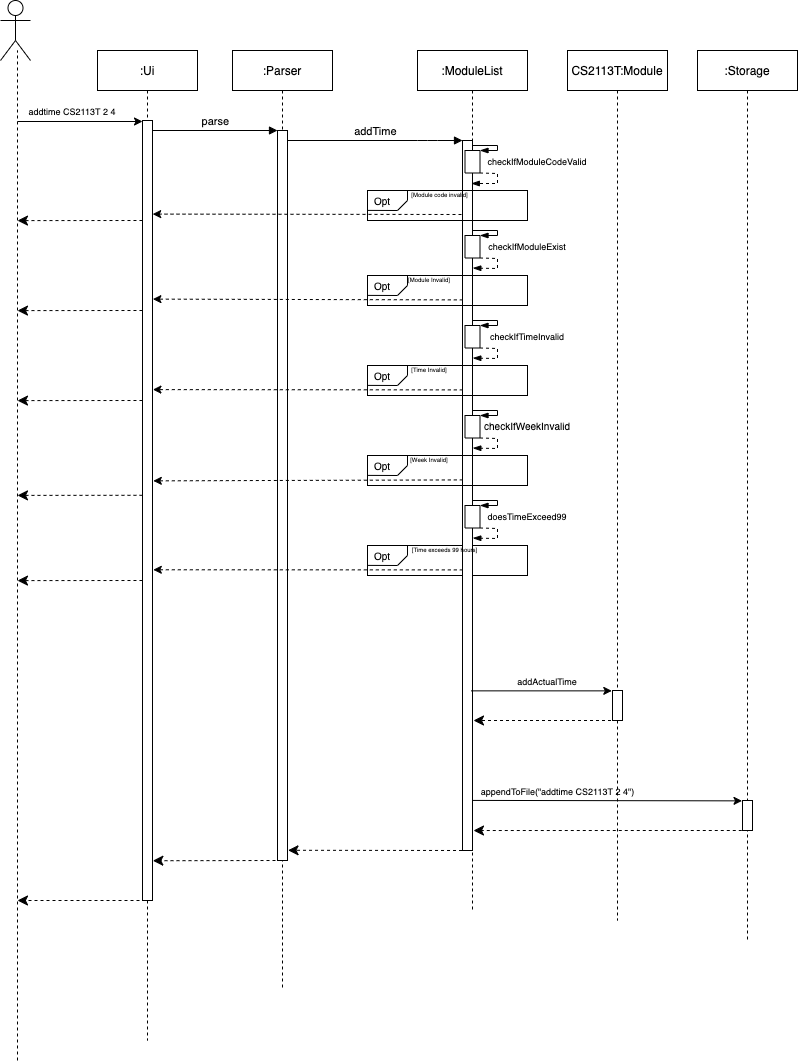
Above: docs/diagrams/AddTimeSeqDiagram.png in nus-cs2113-AY2021S1/tp (draw.io), before the change. Source tidied: cells renumbered, new cells last; positions are measured from the earlier drawing's top-left corner, leaving out a move shared by most shapes.
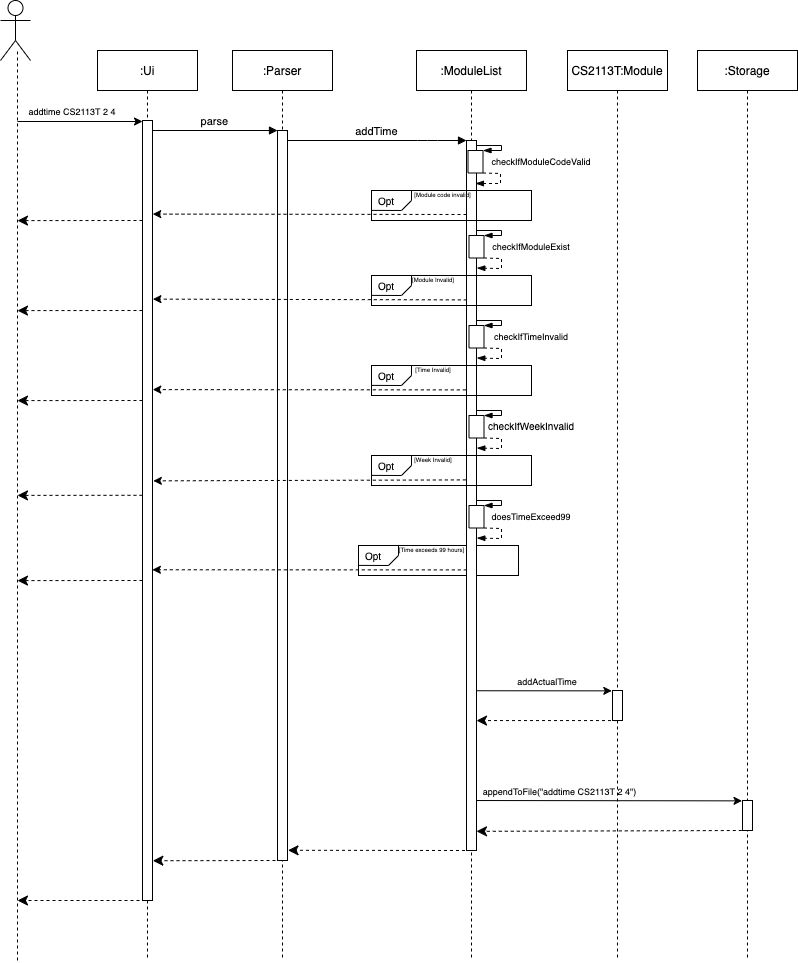
Later version of the same file.

Commit message:
changes to uml diagram

The edit, as a diff of the source:
```diff
@@ -3,24 +3,24 @@
     <mxCell id="0" />
     <mxCell id="1" parent="0" />
     <mxCell id="2" style="rounded=0;whiteSpace=wrap;html=1;strokeWidth=1;" parent="1" vertex="1">
-      <mxGeometry x="367" y="545" width="160" height="30" as="geometry" />
+      <mxGeometry x="354" y="545" width="160" height="30" as="geometry" />
     </mxCell>
     <mxCell id="3" value=":Ui" style="shape=umlLifeline;perimeter=lifelinePerimeter;rounded=0;shadow=0;strokeWidth=1;" parent="1" vertex="1">
-      <mxGeometry x="97" y="50" width="100" height="990" as="geometry" />
+      <mxGeometry x="93" y="50" width="100" height="910" as="geometry" />
     </mxCell>
     <mxCell id="4" style="points=[];perimeter=orthogonalPerimeter;rounded=0;shadow=0;strokeWidth=1;" parent="3" vertex="1">
       <mxGeometry x="45" y="70" width="10" height="780" as="geometry" />
     </mxCell>
     <mxCell id="5" value=":Parser" style="shape=umlLifeline;perimeter=lifelinePerimeter;rounded=0;shadow=0;strokeWidth=1;" parent="1" vertex="1">
-      <mxGeometry x="232" y="50" width="100" height="940" as="geometry" />
+      <mxGeometry x="228" y="50" width="100" height="910" as="geometry" />
     </mxCell>
     <mxCell id="6" style="points=[];perimeter=orthogonalPerimeter;rounded=0;shadow=0;strokeWidth=1;" parent="5" vertex="1">
       <mxGeometry x="45" y="80" width="10" height="730" as="geometry" />
     </mxCell>
     <mxCell id="7" style="verticalAlign=bottom;endArrow=classic;dashed=1;endSize=8;shadow=0;strokeWidth=1;endFill=1;" parent="1" edge="1">
       <mxGeometry relative="1" as="geometry">
-        <mxPoint x="145" y="900" as="sourcePoint" />
-        <mxPoint x="17" y="900" as="targetPoint" />
+        <mxPoint x="141" y="900" as="sourcePoint" />
+        <mxPoint x="13" y="900" as="targetPoint" />
       </mxGeometry>
     </mxCell>
     <mxCell id="8" value="parse" style="verticalAlign=bottom;endArrow=block;entryX=0;entryY=0;shadow=0;strokeWidth=1;" parent="1" edge="1" source="4" target="6">
@@ -28,37 +28,38 @@
     </mxCell>
     <mxCell id="9" style="endArrow=none;dashed=1;html=1;" parent="1" edge="1">
       <mxGeometry relative="1" as="geometry">
-        <mxPoint x="17" y="1060" as="sourcePoint" />
-        <mxPoint x="17" y="50" as="targetPoint" />
+        <mxPoint x="13" y="960" as="sourcePoint" />
+        <mxPoint x="13" y="50" as="targetPoint" />
       </mxGeometry>
     </mxCell>
     <mxCell id="10" style="endArrow=classic;html=1;" parent="1" edge="1" target="4">
       <mxGeometry relative="1" as="geometry">
-        <mxPoint x="17" y="121" as="sourcePoint" />
+        <mxPoint x="13" y="121" as="sourcePoint" />
       </mxGeometry>
     </mxCell>
-    <mxCell id="11" value=":ModuleList" style="shape=umlLifeline;perimeter=lifelinePerimeter;rounded=0;shadow=0;strokeWidth=1;" parent="1" vertex="1">
-      <mxGeometry x="417" y="50" width="110" height="860" as="geometry" />
+    <mxCell id="11" value=":ModuleList" style="shape=umlLifeline;perimeter=lifelinePerimeter;rounded=0;shadow=0;strokeWidth=1;size=40;" parent="1" vertex="1">
+      <mxGeometry x="412" y="50" width="110" height="910" as="geometry" />
     </mxCell>
     <mxCell id="12" style="points=[];perimeter=orthogonalPerimeter;rounded=0;shadow=0;strokeWidth=1;" parent="11" vertex="1">
-      <mxGeometry x="45" y="90" width="10" height="710" as="geometry" />
+      <mxGeometry x="50" y="90" width="10" height="710" as="geometry" />
     </mxCell>
     <mxCell id="13" style="rounded=0;whiteSpace=wrap;html=1;rotation=-90;" parent="11" vertex="1">
-      <mxGeometry x="43.8" y="103.8" width="22.5" height="15" as="geometry" />
+      <mxGeometry x="47.8" y="103.8" width="22.5" height="15" as="geometry" />
     </mxCell>
-    <mxCell id="14" style="endArrow=blockThin;html=1;exitX=0;exitY=1;exitDx=0;exitDy=0;endFill=1;rounded=0;dashed=1;" parent="11" edge="1" source="13" target="11">
+    <mxCell id="14" style="endArrow=blockThin;html=1;exitX=0;exitY=1;exitDx=0;exitDy=0;endFill=1;rounded=0;dashed=1;" parent="11" edge="1" source="13">
       <mxGeometry relative="1" as="geometry">
+        <mxPoint x="58.9" y="133" as="targetPoint" />
         <Array as="points">
-          <mxPoint x="80" y="123" />
-          <mxPoint x="80" y="133" />
+          <mxPoint x="84" y="123" />
+          <mxPoint x="84" y="133" />
         </Array>
       </mxGeometry>
     </mxCell>
     <mxCell id="15" value="&lt;span style=&quot;font-size: 6px&quot;&gt;[Module code invalid]&lt;/span&gt;" style="text;html=1;strokeColor=none;fillColor=none;align=center;verticalAlign=middle;whiteSpace=wrap;rounded=0;" parent="11" vertex="1">
-      <mxGeometry x="-10" y="137" width="65" height="10" as="geometry" />
+      <mxGeometry x="-6" y="137" width="65" height="10" as="geometry" />
     </mxCell>
     <mxCell id="16" value=":Storage" style="shape=umlLifeline;perimeter=lifelinePerimeter;rounded=0;shadow=0;strokeWidth=1;" parent="1" vertex="1">
-      <mxGeometry x="697" y="50" width="100" height="890" as="geometry" />
+      <mxGeometry x="693" y="50" width="100" height="910" as="geometry" />
     </mxCell>
     <mxCell id="17" style="points=[];perimeter=orthogonalPerimeter;rounded=0;shadow=0;strokeWidth=1;" parent="16" vertex="1">
       <mxGeometry x="45" y="750" width="10" height="30" as="geometry" />
@@ -66,7 +67,7 @@
     <mxCell id="18" value="addTime" style="verticalAlign=bottom;endArrow=block;shadow=0;strokeWidth=1;" parent="1" edge="1" source="6" target="12">
       <mxGeometry relative="1" as="geometry">
         <Array as="points">
-          <mxPoint x="427" y="140" />
+          <mxPoint x="423" y="140" />
         </Array>
       </mxGeometry>
     </mxCell>
@@ -90,9 +91,9 @@
     <mxCell id="21" value="&lt;font style=&quot;font-size: 10px&quot;&gt;Opt&lt;/font&gt;" style="text;html=1;strokeColor=none;fillColor=none;align=center;verticalAlign=middle;whiteSpace=wrap;rounded=0;" parent="1" vertex="1">
       <mxGeometry x="362" y="190" width="40" height="20" as="geometry" />
     </mxCell>
-    <mxCell id="22" style="endArrow=classic;html=1;dashed=1;entryX=1.019;entryY=0.12;entryDx=0;entryDy=0;entryPerimeter=0;" parent="1" edge="1" target="4">
+    <mxCell id="22" style="endArrow=classic;html=1;dashed=1;entryX=1.026;entryY=0.12;entryDx=0;entryDy=0;entryPerimeter=0;" parent="1" edge="1" target="4">
       <mxGeometry relative="1" as="geometry">
-        <mxPoint x="461" y="214" as="sourcePoint" />
+        <mxPoint x="462" y="214" as="sourcePoint" />
       </mxGeometry>
     </mxCell>
     <mxCell id="23" value="&lt;font&gt;&lt;font style=&quot;font-size: 9px&quot;&gt;checkIfModuleCodeValid&lt;/font&gt;&lt;br&gt;&lt;/font&gt;" style="text;html=1;strokeColor=none;fillColor=none;align=center;verticalAlign=middle;whiteSpace=wrap;rounded=0;" parent="1" vertex="1">
@@ -176,9 +177,9 @@
     <mxCell id="37" value="&lt;font style=&quot;font-size: 10px&quot;&gt;Opt&lt;/font&gt;" style="text;html=1;strokeColor=none;fillColor=none;align=center;verticalAlign=middle;whiteSpace=wrap;rounded=0;" parent="1" vertex="1">
       <mxGeometry x="362" y="365" width="40" height="20" as="geometry" />
     </mxCell>
-    <mxCell id="38" style="endArrow=classic;html=1;exitX=0.033;exitY=0.496;exitDx=0;exitDy=0;exitPerimeter=0;dashed=1;entryX=1.04;entryY=0.345;entryDx=0;entryDy=0;entryPerimeter=0;" parent="1" edge="1" target="4">
+    <mxCell id="38" style="endArrow=classic;html=1;exitX=0.033;exitY=0.496;exitDx=0;exitDy=0;exitPerimeter=0;dashed=1;entryX=1.026;entryY=0.345;entryDx=0;entryDy=0;entryPerimeter=0;" parent="1" edge="1" target="4">
       <mxGeometry relative="1" as="geometry">
-        <mxPoint x="462.3" y="389.4" as="sourcePoint" />
+        <mxPoint x="461.3" y="389.4" as="sourcePoint" />
       </mxGeometry>
     </mxCell>
     <mxCell id="39" value="&lt;font style=&quot;font-size: 9px&quot;&gt;checkIfTimeInvalid&lt;/font&gt;" style="text;html=1;strokeColor=none;fillColor=none;align=center;verticalAlign=middle;whiteSpace=wrap;rounded=0;" parent="1" vertex="1">
@@ -219,9 +220,9 @@
     <mxCell id="45" value="&lt;font style=&quot;font-size: 10px&quot;&gt;Opt&lt;/font&gt;" style="text;html=1;strokeColor=none;fillColor=none;align=center;verticalAlign=middle;whiteSpace=wrap;rounded=0;" parent="1" vertex="1">
       <mxGeometry x="362" y="455" width="40" height="20" as="geometry" />
     </mxCell>
-    <mxCell id="46" style="endArrow=classic;html=1;exitX=0.033;exitY=0.496;exitDx=0;exitDy=0;exitPerimeter=0;dashed=1;entryX=1.08;entryY=0.462;entryDx=0;entryDy=0;entryPerimeter=0;" parent="1" edge="1" target="4">
+    <mxCell id="46" style="endArrow=classic;html=1;exitX=0.033;exitY=0.496;exitDx=0;exitDy=0;exitPerimeter=0;dashed=1;entryX=1.084;entryY=0.462;entryDx=0;entryDy=0;entryPerimeter=0;" parent="1" edge="1" target="4">
       <mxGeometry relative="1" as="geometry">
-        <mxPoint x="462.3" y="479.4" as="sourcePoint" />
+        <mxPoint x="461.3" y="479.4" as="sourcePoint" />
       </mxGeometry>
     </mxCell>
     <mxCell id="47" value="&lt;font size=&quot;1&quot;&gt;checkIfWeekInvalid&lt;/font&gt;" style="text;html=1;strokeColor=none;fillColor=none;align=center;verticalAlign=middle;whiteSpace=wrap;rounded=0;" parent="1" vertex="1">
@@ -239,8 +240,8 @@
         </Array>
       </mxGeometry>
     </mxCell>
-    <mxCell id="50" value="&lt;font style=&quot;font-size: 6px&quot;&gt;[Time exceeds 99 hours]&lt;/font&gt;" style="text;html=1;strokeColor=none;fillColor=none;align=center;verticalAlign=middle;whiteSpace=wrap;rounded=0;" parent="1" vertex="1">
-      <mxGeometry x="402" y="542" width="85" height="10" as="geometry" />
+    <mxCell id="50" value="&lt;span style=&quot;font-size: 6px&quot;&gt;[Time exceeds 99 hours]&lt;/span&gt;" style="text;html=1;strokeColor=none;fillColor=none;align=center;verticalAlign=middle;whiteSpace=wrap;rounded=0;" parent="1" vertex="1">
+      <mxGeometry x="385" y="542" width="85" height="10" as="geometry" />
     </mxCell>
     <mxCell id="51" style="endArrow=blockThin;html=1;exitX=1.014;exitY=0;exitDx=0;exitDy=0;exitPerimeter=0;entryX=1;entryY=1;entryDx=0;entryDy=0;endFill=1;rounded=0;" parent="1" edge="1" target="48">
       <mxGeometry relative="1" as="geometry">
@@ -254,15 +255,15 @@
     <mxCell id="52" style="endArrow=none;html=1;rounded=0;entryX=0.25;entryY=0;entryDx=0;entryDy=0;exitX=-0.003;exitY=0.663;exitDx=0;exitDy=0;exitPerimeter=0;" parent="1" edge="1" source="2" target="2">
       <mxGeometry relative="1" as="geometry">
         <Array as="points">
-          <mxPoint x="397" y="565" />
-          <mxPoint x="407" y="555" />
+          <mxPoint x="384" y="565" />
+          <mxPoint x="394" y="555" />
         </Array>
       </mxGeometry>
     </mxCell>
     <mxCell id="53" value="&lt;font style=&quot;font-size: 10px&quot;&gt;Opt&lt;/font&gt;" style="text;html=1;strokeColor=none;fillColor=none;align=center;verticalAlign=middle;whiteSpace=wrap;rounded=0;" parent="1" vertex="1">
-      <mxGeometry x="362" y="545" width="40" height="20" as="geometry" />
+      <mxGeometry x="349" y="545" width="40" height="20" as="geometry" />
     </mxCell>
-    <mxCell id="54" style="endArrow=classic;html=1;exitX=0.033;exitY=0.496;exitDx=0;exitDy=0;exitPerimeter=0;dashed=1;entryX=1.08;entryY=0.576;entryDx=0;entryDy=0;entryPerimeter=0;" parent="1" edge="1" target="4">
+    <mxCell id="54" style="endArrow=classic;html=1;exitX=0.033;exitY=0.496;exitDx=0;exitDy=0;exitPerimeter=0;dashed=1;entryX=0.986;entryY=0.576;entryDx=0;entryDy=0;entryPerimeter=0;" parent="1" edge="1" target="4">
       <mxGeometry relative="1" as="geometry">
         <mxPoint x="462.3" y="569.4" as="sourcePoint" />
       </mxGeometry>
@@ -283,76 +284,74 @@
       <mxGeometry x="367" y="455" width="160" height="30" as="geometry" />
     </mxCell>
     <mxCell id="60" value="CS2113T:Module" style="shape=umlLifeline;perimeter=lifelinePerimeter;rounded=0;shadow=0;strokeWidth=1;" parent="1" vertex="1">
-      <mxGeometry x="567" y="50" width="100" height="870" as="geometry" />
+      <mxGeometry x="563" y="50" width="100" height="910" as="geometry" />
     </mxCell>
     <mxCell id="61" style="points=[];perimeter=orthogonalPerimeter;rounded=0;shadow=0;strokeWidth=1;" parent="60" vertex="1">
       <mxGeometry x="45" y="640" width="10" height="30" as="geometry" />
     </mxCell>
     <mxCell id="62" value="&lt;font style=&quot;font-size: 9px&quot;&gt;addtime CS2113T 2 4&lt;/font&gt;" style="text;html=1;strokeColor=none;fillColor=none;align=center;verticalAlign=middle;whiteSpace=wrap;rounded=0;" parent="1" vertex="1">
-      <mxGeometry x="17" y="100" width="110" height="20" as="geometry" />
+      <mxGeometry x="13" y="100" width="110" height="20" as="geometry" />
     </mxCell>
-    <mxCell id="63" style="endArrow=classic;html=1;entryX=-0.072;entryY=0.012;entryDx=0;entryDy=0;entryPerimeter=0;" parent="1" edge="1" source="11" target="61">
+    <mxCell id="63" style="endArrow=classic;html=1;entryX=-0.072;entryY=0.012;entryDx=0;entryDy=0;entryPerimeter=0;exitX=0.975;exitY=0.775;exitDx=0;exitDy=0;exitPerimeter=0;" parent="1" edge="1" source="12" target="61">
       <mxGeometry relative="1" as="geometry" />
     </mxCell>
     <mxCell id="64" value="&lt;font style=&quot;font-size: 9px&quot;&gt;addActualTime&lt;/font&gt;" style="text;html=1;strokeColor=none;fillColor=none;align=center;verticalAlign=middle;whiteSpace=wrap;rounded=0;" parent="1" vertex="1">
-      <mxGeometry x="492" y="670" width="110" height="20" as="geometry" />
+      <mxGeometry x="488" y="670" width="110" height="20" as="geometry" />
     </mxCell>
-    <mxCell id="65" style="verticalAlign=bottom;endArrow=classic;dashed=1;endSize=8;shadow=0;strokeWidth=1;endFill=1;" parent="1" edge="1" source="60">
-      <mxGeometry relative="1" as="geometry">
-        <mxPoint x="473" y="720" as="targetPoint" />
-      </mxGeometry>
+    <mxCell id="65" style="verticalAlign=bottom;endArrow=classic;dashed=1;endSize=8;shadow=0;strokeWidth=1;endFill=1;entryX=1.002;entryY=0.817;entryDx=0;entryDy=0;entryPerimeter=0;" parent="1" edge="1" source="60" target="12">
+      <mxGeometry relative="1" as="geometry" />
     </mxCell>
-    <mxCell id="66" style="endArrow=classic;html=1;exitX=0.504;exitY=0.872;exitDx=0;exitDy=0;exitPerimeter=0;entryX=-0.049;entryY=0.012;entryDx=0;entryDy=0;entryPerimeter=0;" parent="1" edge="1" source="11" target="17">
+    <mxCell id="66" style="endArrow=classic;html=1;entryX=-0.049;entryY=0.012;entryDx=0;entryDy=0;entryPerimeter=0;exitX=0.024;exitY=1.001;exitDx=0;exitDy=0;exitPerimeter=0;" parent="1" edge="1" source="67" target="17">
       <mxGeometry relative="1" as="geometry" />
     </mxCell>
     <mxCell id="67" value="&lt;font style=&quot;font-size: 9px&quot;&gt;appendToFile(&quot;addtime CS2113T 2 4&quot;)&lt;/font&gt;" style="text;html=1;strokeColor=none;fillColor=none;align=center;verticalAlign=middle;whiteSpace=wrap;rounded=0;" parent="1" vertex="1">
-      <mxGeometry x="470" y="780" width="175" height="20" as="geometry" />
+      <mxGeometry x="468" y="780" width="175" height="20" as="geometry" />
     </mxCell>
-    <mxCell id="68" style="verticalAlign=bottom;endArrow=classic;dashed=1;endSize=8;shadow=0;strokeWidth=1;endFill=1;entryX=0.509;entryY=0.907;entryDx=0;entryDy=0;entryPerimeter=0;exitX=-0.072;exitY=1;exitDx=0;exitDy=0;exitPerimeter=0;" parent="1" edge="1" source="17" target="11">
+    <mxCell id="68" style="verticalAlign=bottom;endArrow=classic;dashed=1;endSize=8;shadow=0;strokeWidth=1;endFill=1;entryX=1;entryY=0.973;entryDx=0;entryDy=0;entryPerimeter=0;exitX=-0.072;exitY=1;exitDx=0;exitDy=0;exitPerimeter=0;" parent="1" edge="1" source="17" target="12">
       <mxGeometry relative="1" as="geometry" />
     </mxCell>
-    <mxCell id="69" style="verticalAlign=bottom;endArrow=classic;dashed=1;endSize=8;shadow=0;strokeWidth=1;endFill=1;entryX=1.052;entryY=0.986;entryDx=0;entryDy=0;entryPerimeter=0;exitX=-0.048;exitY=1;exitDx=0;exitDy=0;exitPerimeter=0;" parent="1" edge="1" source="12">
+    <mxCell id="69" style="verticalAlign=bottom;endArrow=classic;dashed=1;endSize=8;shadow=0;strokeWidth=1;endFill=1;entryX=1.052;entryY=0.986;entryDx=0;entryDy=0;entryPerimeter=0;exitX=-0.151;exitY=1;exitDx=0;exitDy=0;exitPerimeter=0;" parent="1" edge="1" source="12">
       <mxGeometry relative="1" as="geometry">
-        <mxPoint x="287.5" y="849.8" as="targetPoint" />
+        <mxPoint x="283.5" y="849.8" as="targetPoint" />
       </mxGeometry>
     </mxCell>
     <mxCell id="70" style="verticalAlign=bottom;endArrow=classic;dashed=1;endSize=8;shadow=0;strokeWidth=1;endFill=1;entryX=1.035;entryY=0.949;entryDx=0;entryDy=0;entryPerimeter=0;" parent="1" edge="1" target="4">
       <mxGeometry relative="1" as="geometry">
-        <mxPoint x="275" y="860" as="sourcePoint" />
+        <mxPoint x="271" y="860" as="sourcePoint" />
       </mxGeometry>
     </mxCell>
     <mxCell id="71" style="verticalAlign=bottom;endArrow=classic;dashed=1;endSize=8;shadow=0;strokeWidth=1;endFill=1;exitX=-0.003;exitY=0.705;exitDx=0;exitDy=0;exitPerimeter=0;" parent="1" edge="1">
       <mxGeometry relative="1" as="geometry">
-        <mxPoint x="142" y="580" as="sourcePoint" />
-        <mxPoint x="17" y="580.1" as="targetPoint" />
+        <mxPoint x="138" y="580" as="sourcePoint" />
+        <mxPoint x="13" y="580.1" as="targetPoint" />
       </mxGeometry>
     </mxCell>
     <mxCell id="72" style="verticalAlign=bottom;endArrow=classic;dashed=1;endSize=8;shadow=0;strokeWidth=1;endFill=1;exitX=-0.003;exitY=0.705;exitDx=0;exitDy=0;exitPerimeter=0;" parent="1" edge="1">
       <mxGeometry relative="1" as="geometry">
-        <mxPoint x="142" y="494.8" as="sourcePoint" />
-        <mxPoint x="17" y="494.9" as="targetPoint" />
+        <mxPoint x="138" y="494.8" as="sourcePoint" />
+        <mxPoint x="13" y="494.9" as="targetPoint" />
       </mxGeometry>
     </mxCell>
     <mxCell id="73" style="verticalAlign=bottom;endArrow=classic;dashed=1;endSize=8;shadow=0;strokeWidth=1;endFill=1;exitX=-0.003;exitY=0.705;exitDx=0;exitDy=0;exitPerimeter=0;" parent="1" edge="1">
       <mxGeometry relative="1" as="geometry">
-        <mxPoint x="142" y="400" as="sourcePoint" />
-        <mxPoint x="17" y="400.1" as="targetPoint" />
+        <mxPoint x="138" y="400" as="sourcePoint" />
+        <mxPoint x="13" y="400.1" as="targetPoint" />
       </mxGeometry>
     </mxCell>
     <mxCell id="74" style="verticalAlign=bottom;endArrow=classic;dashed=1;endSize=8;shadow=0;strokeWidth=1;endFill=1;exitX=-0.003;exitY=0.705;exitDx=0;exitDy=0;exitPerimeter=0;" parent="1" edge="1">
       <mxGeometry relative="1" as="geometry">
-        <mxPoint x="142" y="310" as="sourcePoint" />
-        <mxPoint x="17" y="310.1" as="targetPoint" />
+        <mxPoint x="138" y="310" as="sourcePoint" />
+        <mxPoint x="13" y="310.1" as="targetPoint" />
       </mxGeometry>
     </mxCell>
     <mxCell id="75" style="verticalAlign=bottom;endArrow=classic;dashed=1;endSize=8;shadow=0;strokeWidth=1;endFill=1;exitX=-0.003;exitY=0.705;exitDx=0;exitDy=0;exitPerimeter=0;" parent="1" edge="1">
       <mxGeometry relative="1" as="geometry">
-        <mxPoint x="142" y="220" as="sourcePoint" />
-        <mxPoint x="17" y="220.1" as="targetPoint" />
+        <mxPoint x="138" y="220" as="sourcePoint" />
+        <mxPoint x="13" y="220.1" as="targetPoint" />
       </mxGeometry>
     </mxCell>
     <mxCell id="76" style="shape=umlActor;verticalLabelPosition=bottom;verticalAlign=top;html=1;strokeWidth=1;fillColor=none;" parent="1" vertex="1">
-      <mxGeometry width="30" height="60" as="geometry" />
+      <mxGeometry x="-4" width="30" height="60" as="geometry" />
     </mxCell>
   </root>
 </mxGraphModel>
```
